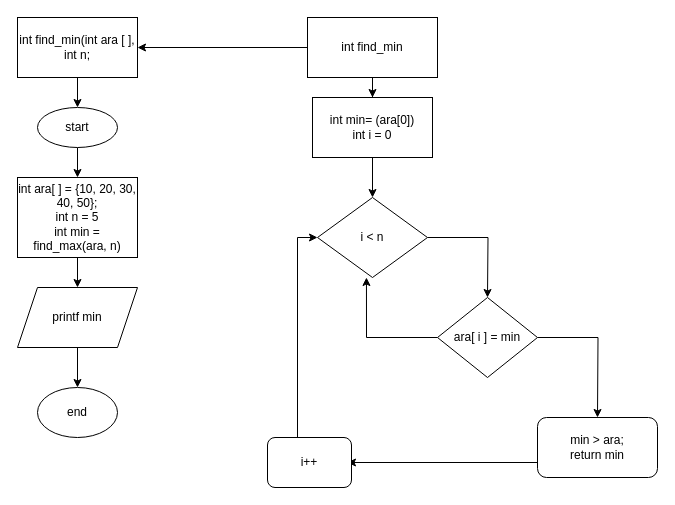
This is array_function_min.drawio from tanhadiya/expert-robot, a draw.io file, before an edit. Source tidied: cells renumbered, new cells numbered last; positions are measured from the earlier drawing's top-left corner, leaving out a move shared by most shapes. Both pictures are drawn from the tidied source at 100%, with x=0, y=0 at pixel (17, 17).
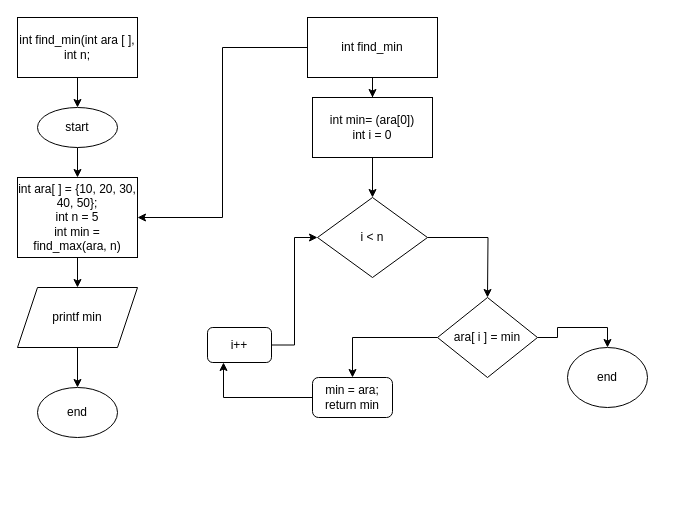
Above is the later version.

Unchanged cells that the change refers to:
```xml
<mxCell id="3" value="int find_min(int ara [ ], int n;" style="rounded=0;whiteSpace=wrap;html=1;" parent="1" vertex="1">
  <mxGeometry width="120" height="60" as="geometry" />
</mxCell>
<mxCell id="7" value="int ara[ ] = {10, 20, 30, 40, 50};&lt;br&gt;int n = 5&lt;br&gt;int min = find_max(ara, n)" style="whiteSpace=wrap;html=1;rounded=0;" parent="1" vertex="1">
  <mxGeometry y="160" width="120" height="80" as="geometry" />
</mxCell>
<mxCell id="12" value="int find_min" style="rounded=0;whiteSpace=wrap;html=1;" parent="1" vertex="1">
  <mxGeometry x="290" width="130" height="60" as="geometry" />
</mxCell>
<mxCell id="16" value="i &amp;lt; n" style="rhombus;whiteSpace=wrap;html=1;rounded=0;" parent="1" vertex="1">
  <mxGeometry x="300" y="180" width="110" height="80" as="geometry" />
</mxCell>
<mxCell id="20" value="ara[ i ] = min" style="rhombus;whiteSpace=wrap;html=1;" parent="1" vertex="1">
  <mxGeometry x="420" y="280" width="100" height="80" as="geometry" />
</mxCell>
```

What changed in the source:
```diff
@@
-    <mxCell id="10" style="edgeStyle=orthogonalEdgeStyle;rounded=0;jettySize=auto;html=1;exitX=0;exitY=0.5;exitDx=0;exitDy=0;" parent="1" edge="1" source="12" target="3">
-      <mxGeometry relative="1" as="geometry" />
-    </mxCell>
@@
+    <mxCell id="25" style="edgeStyle=orthogonalEdgeStyle;rounded=0;jettySize=auto;html=1;exitX=0;exitY=0.5;exitDx=0;exitDy=0;entryX=1;entryY=0.5;entryDx=0;entryDy=0;" parent="1" edge="1" source="12" target="7">
+      <mxGeometry relative="1" as="geometry" />
+    </mxCell>
@@
-    <mxCell id="18" style="edgeStyle=orthogonalEdgeStyle;rounded=0;jettySize=auto;html=1;exitX=0;exitY=0.5;exitDx=0;exitDy=0;entryX=0.445;entryY=1;entryDx=0;entryDy=0;entryPerimeter=0;" parent="1" edge="1" source="20" target="16">
-      <mxGeometry relative="1" as="geometry" />
-    </mxCell>
-    <mxCell id="19" style="edgeStyle=orthogonalEdgeStyle;rounded=0;jettySize=auto;html=1;exitX=1;exitY=0.5;exitDx=0;exitDy=0;" parent="1" edge="1" source="20">
-      <mxGeometry relative="1" as="geometry">
-        <mxPoint x="580" y="400" as="targetPoint" />
-      </mxGeometry>
-    </mxCell>
+    <mxCell id="26" style="edgeStyle=orthogonalEdgeStyle;rounded=0;jettySize=auto;html=1;entryX=0.5;entryY=0;entryDx=0;entryDy=0;" parent="1" edge="1" source="20" target="22">
+      <mxGeometry relative="1" as="geometry" />
+    </mxCell>
+    <mxCell id="27" style="edgeStyle=orthogonalEdgeStyle;rounded=0;jettySize=auto;html=1;entryX=0.5;entryY=0;entryDx=0;entryDy=0;" parent="1" edge="1" source="20" target="29">
+      <mxGeometry relative="1" as="geometry" />
+    </mxCell>
@@
-    <mxCell id="21" style="edgeStyle=orthogonalEdgeStyle;rounded=0;jettySize=auto;html=1;exitX=0;exitY=0.75;exitDx=0;exitDy=0;" parent="1" edge="1" source="22">
-      <mxGeometry relative="1" as="geometry">
-        <mxPoint x="330" y="445" as="targetPoint" />
-      </mxGeometry>
-    </mxCell>
+    <mxCell id="28" style="edgeStyle=orthogonalEdgeStyle;rounded=0;jettySize=auto;html=1;exitX=0;exitY=0.5;exitDx=0;exitDy=0;entryX=0.25;entryY=1;entryDx=0;entryDy=0;" parent="1" edge="1" source="22" target="24">
+      <mxGeometry relative="1" as="geometry" />
+    </mxCell>
-    <mxCell id="22" value="min &amp;gt; ara;&lt;br&gt;return min" style="rounded=1;whiteSpace=wrap;html=1;" parent="1" vertex="1">
-      <mxGeometry x="520" y="400" width="120" height="60" as="geometry" />
+    <mxCell id="22" value="min = ara;&lt;br&gt;return min" style="rounded=1;whiteSpace=wrap;html=1;" parent="1" vertex="1">
+      <mxGeometry x="295" y="360" width="80" height="40" as="geometry" />
     </mxCell>
-    <mxCell id="23" style="edgeStyle=orthogonalEdgeStyle;rounded=0;jettySize=auto;html=1;exitX=0.5;exitY=0;exitDx=0;exitDy=0;entryX=0;entryY=0.5;entryDx=0;entryDy=0;" parent="1" edge="1" source="24" target="16">
-      <mxGeometry relative="1" as="geometry">
-        <Array as="points">
-          <mxPoint x="280" y="420" />
-          <mxPoint x="280" y="220" />
-        </Array>
-      </mxGeometry>
+    <mxCell id="23" style="edgeStyle=orthogonalEdgeStyle;rounded=0;jettySize=auto;html=1;entryX=0;entryY=0.5;entryDx=0;entryDy=0;" parent="1" edge="1" source="24" target="16">
+      <mxGeometry relative="1" as="geometry" />
     </mxCell>
     <mxCell id="24" value="i++" style="rounded=1;whiteSpace=wrap;html=1;" parent="1" vertex="1">
-      <mxGeometry x="250" y="420" width="84" height="50" as="geometry" />
+      <mxGeometry x="190" y="310" width="64" height="35" as="geometry" />
     </mxCell>
+    <mxCell id="29" value="end" style="ellipse;whiteSpace=wrap;html=1;" parent="1" vertex="1">
+      <mxGeometry x="550" y="330" width="80" height="60" as="geometry" />
+    </mxCell>
```
